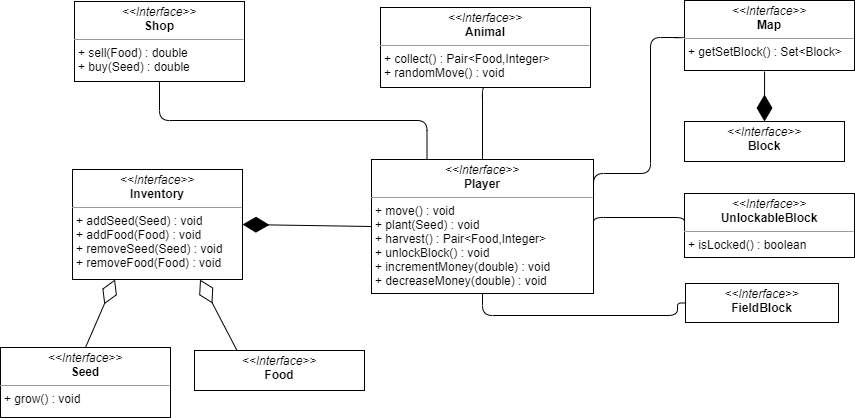
Federaffo/OOP20-FarmingSimulator keeps this draw.io diagram as Relazione/img/UML_1-1.png. Above is the earlier version. Source tidied: cells renumbered, new cells last; positions are measured from the earlier drawing's top-left corner, leaving out a move shared by most shapes.
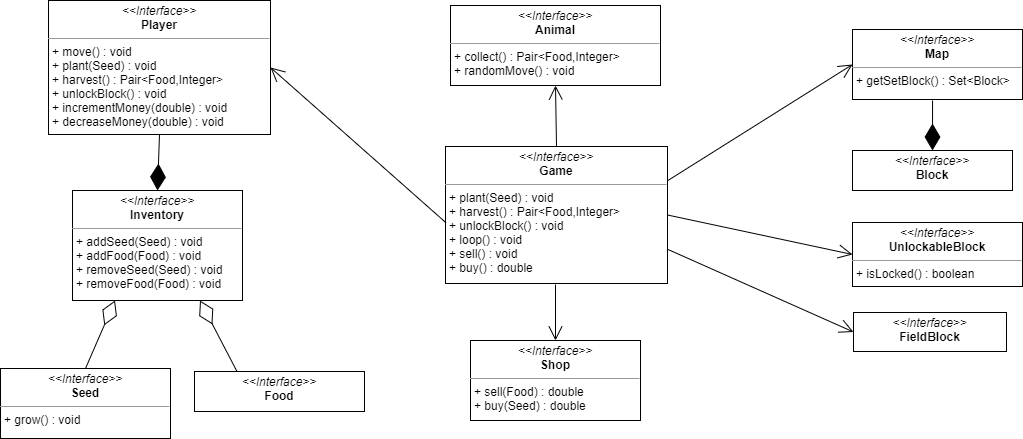
The same diagram one commit later.

Change to the diagram source:
```diff
@@ -3,83 +3,69 @@
     <mxCell id="0" />
     <mxCell id="1" parent="0" />
     <mxCell id="2" value="&lt;p style=&quot;margin: 0px ; margin-top: 4px ; text-align: center&quot;&gt;&lt;i&gt;&amp;lt;&amp;lt;Interface&amp;gt;&amp;gt;&lt;/i&gt;&lt;br&gt;&lt;b&gt;Shop&lt;/b&gt;&lt;/p&gt;&lt;hr size=&quot;1&quot;&gt;&lt;p style=&quot;margin: 0px ; margin-left: 4px&quot;&gt;+ sell(Food) : double&lt;/p&gt;&lt;p style=&quot;margin: 0px ; margin-left: 4px&quot;&gt;+ buy(Seed) : double&lt;/p&gt;" style="verticalAlign=top;align=left;overflow=fill;fontSize=12;fontFamily=Helvetica;html=1;" parent="1" vertex="1">
-      <mxGeometry x="74" y="1" width="170" height="80" as="geometry" />
+      <mxGeometry x="431" y="317" width="170" height="80" as="geometry" />
     </mxCell>
     <mxCell id="3" value="&lt;p style=&quot;margin: 0px ; margin-top: 4px ; text-align: center&quot;&gt;&lt;i&gt;&amp;lt;&amp;lt;Interface&amp;gt;&amp;gt;&lt;/i&gt;&lt;br&gt;&lt;b&gt;Animal&lt;/b&gt;&lt;/p&gt;&lt;hr size=&quot;1&quot;&gt;&lt;p style=&quot;margin: 0px ; margin-left: 4px&quot;&gt;+ collect() : Pair&amp;lt;Food,Integer&amp;gt;&lt;/p&gt;&lt;p style=&quot;margin: 0px ; margin-left: 4px&quot;&gt;+ randomMove() : void&lt;/p&gt;" style="verticalAlign=top;align=left;overflow=fill;fontSize=12;fontFamily=Helvetica;html=1;" parent="1" vertex="1">
-      <mxGeometry x="380" y="7" width="210" height="80" as="geometry" />
+      <mxGeometry x="411" y="-18" width="210" height="80" as="geometry" />
     </mxCell>
     <mxCell id="4" value="&lt;p style=&quot;margin: 0px ; margin-top: 4px ; text-align: center&quot;&gt;&lt;i&gt;&amp;lt;&amp;lt;Interface&amp;gt;&amp;gt;&lt;/i&gt;&lt;br&gt;&lt;b&gt;Player&lt;/b&gt;&lt;/p&gt;&lt;hr size=&quot;1&quot;&gt;&lt;p style=&quot;margin: 0px ; margin-left: 4px&quot;&gt;+ move() : void&lt;/p&gt;&lt;p style=&quot;margin: 0px 0px 0px 4px&quot;&gt;+ plant(Seed) : void&lt;/p&gt;&lt;p style=&quot;margin: 0px 0px 0px 4px&quot;&gt;+ harvest() : Pair&amp;lt;Food,Integer&amp;gt;&lt;/p&gt;&lt;p style=&quot;margin: 0px 0px 0px 4px&quot;&gt;+ unlockBlock() : void&lt;br&gt;&lt;/p&gt;&lt;p style=&quot;margin: 0px ; margin-left: 4px&quot;&gt;+ incrementMoney(double) : void&lt;/p&gt;&lt;p style=&quot;margin: 0px ; margin-left: 4px&quot;&gt;+ decreaseMoney(double) : void&lt;/p&gt;&lt;p style=&quot;margin: 0px ; margin-left: 4px&quot;&gt;&lt;br&gt;&lt;/p&gt;" style="verticalAlign=top;align=left;overflow=fill;fontSize=12;fontFamily=Helvetica;html=1;" parent="1" vertex="1">
-      <mxGeometry x="371" y="159" width="222" height="134" as="geometry" />
+      <mxGeometry x="9" y="-23" width="222" height="134" as="geometry" />
     </mxCell>
     <mxCell id="5" value="&lt;p style=&quot;margin: 0px ; margin-top: 4px ; text-align: center&quot;&gt;&lt;i&gt;&amp;lt;&amp;lt;Interface&amp;gt;&amp;gt;&lt;/i&gt;&lt;br&gt;&lt;b&gt;Inventory&lt;/b&gt;&lt;/p&gt;&lt;hr size=&quot;1&quot;&gt;&lt;p style=&quot;margin: 0px ; margin-left: 4px&quot;&gt;+ addSeed(Seed) : void&lt;/p&gt;&lt;p style=&quot;margin: 0px ; margin-left: 4px&quot;&gt;+ addFood(Food&lt;span&gt;) : void&lt;/span&gt;&lt;/p&gt;&lt;p style=&quot;margin: 0px ; margin-left: 4px&quot;&gt;+ removeSeed(Seed) : void&lt;span&gt;&lt;br&gt;&lt;/span&gt;&lt;/p&gt;&lt;p style=&quot;margin: 0px ; margin-left: 4px&quot;&gt;+ removeFood(Food) : void&lt;/p&gt;" style="verticalAlign=top;align=left;overflow=fill;fontSize=12;fontFamily=Helvetica;html=1;" parent="1" vertex="1">
-      <mxGeometry x="72" y="169" width="170" height="110" as="geometry" />
+      <mxGeometry x="33" y="167" width="170" height="110" as="geometry" />
     </mxCell>
     <mxCell id="6" value="&lt;p style=&quot;margin: 0px ; margin-top: 4px ; text-align: center&quot;&gt;&lt;i&gt;&amp;lt;&amp;lt;Interface&amp;gt;&amp;gt;&lt;/i&gt;&lt;br&gt;&lt;b&gt;Block&lt;/b&gt;&lt;/p&gt;&lt;p style=&quot;margin: 0px ; margin-left: 4px&quot;&gt;&lt;br&gt;&lt;/p&gt;" style="verticalAlign=top;align=left;overflow=fill;fontSize=12;fontFamily=Helvetica;html=1;" parent="1" vertex="1">
-      <mxGeometry x="684" y="121" width="160" height="40" as="geometry" />
+      <mxGeometry x="813" y="127" width="160" height="40" as="geometry" />
     </mxCell>
     <mxCell id="7" value="&lt;p style=&quot;margin: 0px ; margin-top: 4px ; text-align: center&quot;&gt;&lt;i&gt;&amp;lt;&amp;lt;Interface&amp;gt;&amp;gt;&lt;/i&gt;&lt;br&gt;&lt;b&gt;FieldBlock&lt;/b&gt;&lt;/p&gt;" style="verticalAlign=top;align=left;overflow=fill;fontSize=12;fontFamily=Helvetica;html=1;" parent="1" vertex="1">
-      <mxGeometry x="685" y="283" width="153" height="39" as="geometry" />
+      <mxGeometry x="814" y="289" width="153" height="39" as="geometry" />
     </mxCell>
     <mxCell id="8" value="&lt;p style=&quot;margin: 0px ; margin-top: 4px ; text-align: center&quot;&gt;&lt;i&gt;&amp;lt;&amp;lt;Interface&amp;gt;&amp;gt;&lt;/i&gt;&lt;br&gt;&lt;b&gt;UnlockableBlock&lt;/b&gt;&lt;/p&gt;&lt;hr size=&quot;1&quot;&gt;&lt;p style=&quot;margin: 0px ; margin-left: 4px&quot;&gt;+ isLocked() : boolean&lt;/p&gt;" style="verticalAlign=top;align=left;overflow=fill;fontSize=12;fontFamily=Helvetica;html=1;" parent="1" vertex="1">
-      <mxGeometry x="684" y="193" width="170" height="64" as="geometry" />
+      <mxGeometry x="813" y="199" width="170" height="64" as="geometry" />
     </mxCell>
     <mxCell id="9" value="&lt;p style=&quot;margin: 0px ; margin-top: 4px ; text-align: center&quot;&gt;&lt;i&gt;&amp;lt;&amp;lt;Interface&amp;gt;&amp;gt;&lt;/i&gt;&lt;br&gt;&lt;b&gt;Map&lt;/b&gt;&lt;/p&gt;&lt;hr size=&quot;1&quot;&gt;&lt;p style=&quot;margin: 0px ; margin-left: 4px&quot;&gt;+ getSetBlock() : Set&amp;lt;Block&amp;gt;&lt;/p&gt;" style="verticalAlign=top;align=left;overflow=fill;fontSize=12;fontFamily=Helvetica;html=1;" parent="1" vertex="1">
-      <mxGeometry x="684" width="170" height="70" as="geometry" />
+      <mxGeometry x="813" y="6" width="170" height="70" as="geometry" />
     </mxCell>
     <mxCell id="10" value="&lt;p style=&quot;margin: 0px ; margin-top: 4px ; text-align: center&quot;&gt;&lt;i&gt;&amp;lt;&amp;lt;Interface&amp;gt;&amp;gt;&lt;/i&gt;&lt;br&gt;&lt;b&gt;Seed&lt;/b&gt;&lt;/p&gt;&lt;hr size=&quot;1&quot;&gt;&lt;p style=&quot;margin: 0px ; margin-left: 4px&quot;&gt;+ grow() : void&lt;/p&gt;" style="verticalAlign=top;align=left;overflow=fill;fontSize=12;fontFamily=Helvetica;html=1;" parent="1" vertex="1">
-      <mxGeometry y="347" width="170" height="70" as="geometry" />
+      <mxGeometry x="-39" y="345" width="170" height="70" as="geometry" />
     </mxCell>
     <mxCell id="11" value="&lt;p style=&quot;margin: 0px ; margin-top: 4px ; text-align: center&quot;&gt;&lt;i&gt;&amp;lt;&amp;lt;Interface&amp;gt;&amp;gt;&lt;/i&gt;&lt;br&gt;&lt;b&gt;Food&lt;/b&gt;&lt;/p&gt;&lt;p style=&quot;margin: 0px ; margin-left: 4px&quot;&gt;&lt;br&gt;&lt;/p&gt;" style="verticalAlign=top;align=left;overflow=fill;fontSize=12;fontFamily=Helvetica;html=1;" parent="1" vertex="1">
-      <mxGeometry x="194" y="350" width="170" height="40" as="geometry" />
+      <mxGeometry x="155" y="348" width="170" height="40" as="geometry" />
     </mxCell>
-    <mxCell id="12" style="endArrow=none;html=1;edgeStyle=orthogonalEdgeStyle;exitX=0.5;exitY=1;exitDx=0;exitDy=0;entryX=0.5;entryY=0;entryDx=0;entryDy=0;" parent="1" edge="1" source="3" target="4">
-      <mxGeometry relative="1" as="geometry">
-        <Array as="points">
-          <mxPoint x="482" y="87" />
-        </Array>
-      </mxGeometry>
-    </mxCell>
-    <mxCell id="13" style="endArrow=diamondThin;endFill=1;endSize=24;html=1;entryX=1;entryY=0.5;entryDx=0;entryDy=0;exitX=0;exitY=0.5;exitDx=0;exitDy=0;" parent="1" edge="1" source="4" target="5">
+    <mxCell id="13" style="endArrow=diamondThin;endFill=1;endSize=24;html=1;entryX=0.5;entryY=0;entryDx=0;entryDy=0;exitX=0.5;exitY=1;exitDx=0;exitDy=0;" parent="1" edge="1" source="4" target="5">
       <mxGeometry relative="1" as="geometry" />
     </mxCell>
     <mxCell id="14" style="endArrow=diamondThin;endFill=1;endSize=24;html=1;entryX=0.5;entryY=0;entryDx=0;entryDy=0;exitX=0.471;exitY=1.014;exitDx=0;exitDy=0;exitPerimeter=0;" parent="1" edge="1" source="9" target="6">
       <mxGeometry relative="1" as="geometry" />
     </mxCell>
-    <mxCell id="15" style="endArrow=none;html=1;edgeStyle=orthogonalEdgeStyle;exitX=0;exitY=0.5;exitDx=0;exitDy=0;entryX=1;entryY=0.5;entryDx=0;entryDy=0;" parent="1" edge="1" source="9" target="4">
-      <mxGeometry relative="1" as="geometry">
-        <Array as="points">
-          <mxPoint x="684" y="37" />
-          <mxPoint x="650" y="37" />
-          <mxPoint x="650" y="173" />
-          <mxPoint x="593" y="173" />
-        </Array>
-      </mxGeometry>
-    </mxCell>
-    <mxCell id="16" style="endArrow=none;html=1;edgeStyle=orthogonalEdgeStyle;exitX=1;exitY=0.5;exitDx=0;exitDy=0;entryX=0;entryY=0.5;entryDx=0;entryDy=0;" parent="1" edge="1" source="4" target="8">
-      <mxGeometry relative="1" as="geometry">
-        <Array as="points">
-          <mxPoint x="593" y="217" />
-        </Array>
-      </mxGeometry>
-    </mxCell>
-    <mxCell id="17" style="endArrow=none;html=1;edgeStyle=orthogonalEdgeStyle;entryX=0;entryY=0.5;entryDx=0;entryDy=0;exitX=0.5;exitY=1;exitDx=0;exitDy=0;" parent="1" edge="1" source="4" target="7">
-      <mxGeometry relative="1" as="geometry">
-        <Array as="points">
-          <mxPoint x="482" y="315" />
-          <mxPoint x="677" y="315" />
-          <mxPoint x="677" y="303" />
-          <mxPoint x="685" y="303" />
-        </Array>
-      </mxGeometry>
-    </mxCell>
     <mxCell id="18" style="endArrow=diamondThin;endFill=0;endSize=24;html=1;entryX=0.25;entryY=1;entryDx=0;entryDy=0;exitX=0.5;exitY=0;exitDx=0;exitDy=0;" parent="1" edge="1" source="10" target="5">
       <mxGeometry relative="1" as="geometry" />
     </mxCell>
     <mxCell id="19" style="endArrow=diamondThin;endFill=0;endSize=24;html=1;entryX=0.75;entryY=1;entryDx=0;entryDy=0;exitX=0.25;exitY=0;exitDx=0;exitDy=0;" parent="1" edge="1" source="11" target="5">
       <mxGeometry relative="1" as="geometry" />
     </mxCell>
-    <mxCell id="20" style="endArrow=none;html=1;edgeStyle=orthogonalEdgeStyle;exitX=0.5;exitY=1;exitDx=0;exitDy=0;entryX=0.25;entryY=0;entryDx=0;entryDy=0;" parent="1" edge="1" source="2" target="4">
-      <mxGeometry relative="1" as="geometry" />
-    </mxCell>
+    <mxCell id="21" value="&lt;p style=&quot;margin: 0px ; margin-top: 4px ; text-align: center&quot;&gt;&lt;i&gt;&amp;lt;&amp;lt;Interface&amp;gt;&amp;gt;&lt;/i&gt;&lt;br&gt;&lt;b&gt;Game&lt;/b&gt;&lt;/p&gt;&lt;hr size=&quot;1&quot;&gt;&lt;p style=&quot;margin: 0px 0px 0px 4px&quot;&gt;+ plant(Seed) : void&lt;/p&gt;&lt;p style=&quot;margin: 0px 0px 0px 4px&quot;&gt;+ harvest() : Pair&amp;lt;Food,Integer&amp;gt;&lt;/p&gt;&lt;p style=&quot;margin: 0px 0px 0px 4px&quot;&gt;+ unlockBlock() : void&lt;/p&gt;&lt;p style=&quot;margin: 0px ; margin-left: 4px&quot;&gt;+ loop() : void&lt;/p&gt;&lt;p style=&quot;margin: 0px ; margin-left: 4px&quot;&gt;+ sell() : void&lt;/p&gt;&lt;p style=&quot;margin: 0px ; margin-left: 4px&quot;&gt;+ buy() : double&lt;/p&gt;&lt;p style=&quot;margin: 0px ; margin-left: 4px&quot;&gt;&lt;br&gt;&lt;/p&gt;&lt;p style=&quot;margin: 0px ; margin-left: 4px&quot;&gt;&lt;br&gt;&lt;/p&gt;" style="verticalAlign=top;align=left;overflow=fill;fontSize=12;fontFamily=Helvetica;html=1;" parent="1" vertex="1">
+      <mxGeometry x="406" y="123" width="222" height="137" as="geometry" />
+    </mxCell>
+    <mxCell id="22" style="endArrow=open;endFill=1;endSize=12;html=1;exitX=0.002;exitY=0.556;exitDx=0;exitDy=0;exitPerimeter=0;entryX=1;entryY=0.5;entryDx=0;entryDy=0;" parent="1" edge="1" source="21" target="4">
+      <mxGeometry relative="1" as="geometry" />
+    </mxCell>
+    <mxCell id="23" style="endArrow=open;endFill=1;endSize=12;html=1;entryX=0.5;entryY=0;entryDx=0;entryDy=0;" parent="1" edge="1" target="2">
+      <mxGeometry relative="1" as="geometry">
+        <mxPoint x="516" y="261" as="sourcePoint" />
+      </mxGeometry>
+    </mxCell>
+    <mxCell id="24" style="endArrow=open;endFill=1;endSize=12;html=1;entryX=0.5;entryY=1;entryDx=0;entryDy=0;exitX=0.5;exitY=0;exitDx=0;exitDy=0;" parent="1" edge="1" source="21" target="3">
+      <mxGeometry relative="1" as="geometry" />
+    </mxCell>
+    <mxCell id="25" style="endArrow=open;endFill=1;endSize=12;html=1;exitX=1;exitY=0.75;exitDx=0;exitDy=0;entryX=0;entryY=0.5;entryDx=0;entryDy=0;" parent="1" edge="1" source="21" target="7">
+      <mxGeometry relative="1" as="geometry" />
+    </mxCell>
+    <mxCell id="26" style="endArrow=open;endFill=1;endSize=12;html=1;entryX=0;entryY=0.5;entryDx=0;entryDy=0;exitX=1;exitY=0.5;exitDx=0;exitDy=0;" parent="1" edge="1" source="21" target="8">
+      <mxGeometry relative="1" as="geometry" />
+    </mxCell>
+    <mxCell id="27" style="endArrow=open;endFill=1;endSize=12;html=1;exitX=1;exitY=0.25;exitDx=0;exitDy=0;entryX=0;entryY=0.5;entryDx=0;entryDy=0;" parent="1" edge="1" source="21" target="9">
+      <mxGeometry relative="1" as="geometry" />
+    </mxCell>
   </root>
 </mxGraphModel>
```
